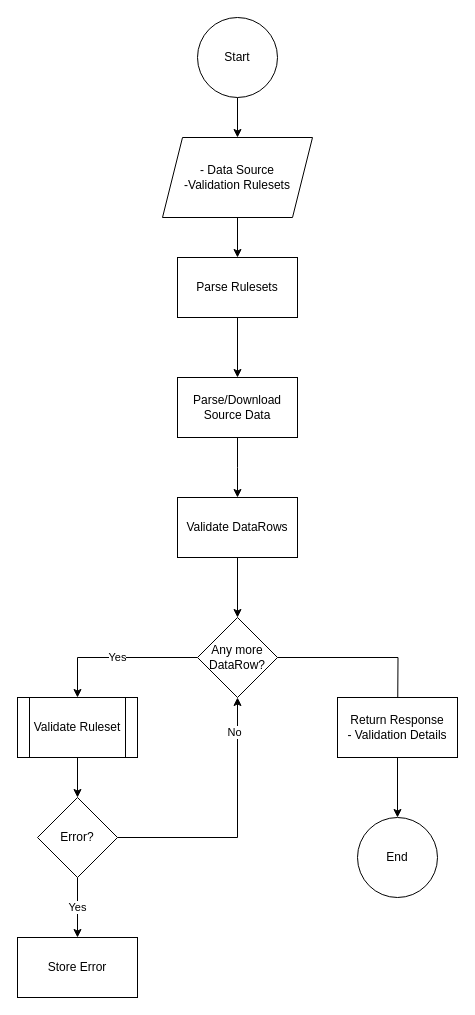
This is Validation_Engine_Pipeline.drawio from DriLLFreAK100/columnar-data-validator, a draw.io file, before an edit. Source tidied: cells renumbered, new cells numbered last; positions are measured from the earlier drawing's top-left corner, leaving out a move shared by most shapes. Both pictures are drawn from the tidied source at 100%, with x=0, y=0 at pixel (17, 17).
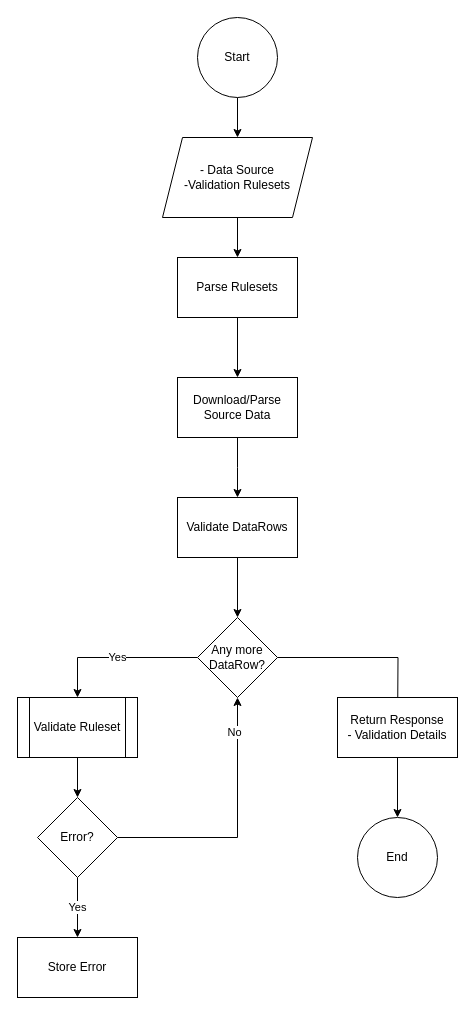
The same page after the edit.

Diff of the diagram source:
```diff
@@
-    <mxCell id="5" value="Parse/Download Source Data" style="rounded=0;whiteSpace=wrap;html=1;" parent="1" vertex="1">
+    <mxCell id="5" value="Download/Parse Source Data" style="rounded=0;whiteSpace=wrap;html=1;" parent="1" vertex="1">
       <mxGeometry x="160" y="360" width="120" height="60" as="geometry" />
     </mxCell>
```
